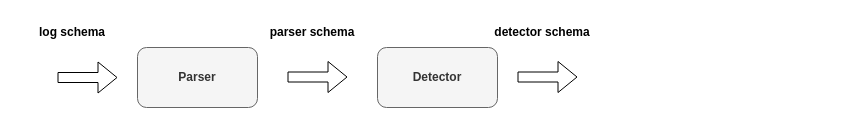
Earlier version of the draw.io diagram page "structure_diagram" (3 of 3) of docs/diagrams.drawio (ait-detectmate/DetectMateLibrary). Source tidied: cells renumbered, new cells numbered last; positions are measured from the earlier drawing's top-left corner, leaving out a move shared by most shapes. Both pictures are drawn from the tidied source at 100%, with x=0, y=0 at pixel (17, 17).
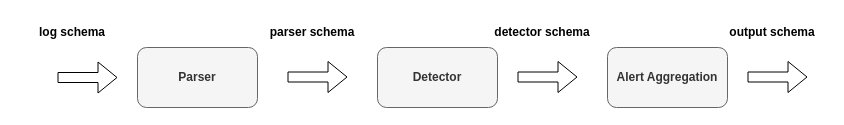
After the change.

Change to the diagram source:
```diff
@@
 <mxGraphModel>
   <root>
     <mxCell id="0" />
     <mxCell id="1" parent="0" />
     <mxCell id="2" value="&lt;b&gt;Parser&lt;/b&gt;" style="rounded=1;whiteSpace=wrap;html=1;fillColor=#f5f5f5;fontColor=#333333;strokeColor=#666666;" parent="1" vertex="1">
       <mxGeometry x="120" y="30" width="120" height="60" as="geometry" />
     </mxCell>
     <mxCell id="3" value="&lt;b&gt;Detector&lt;/b&gt;" style="rounded=1;whiteSpace=wrap;html=1;fillColor=#f5f5f5;fontColor=#333333;strokeColor=#666666;" parent="1" vertex="1">
       <mxGeometry x="360" y="30" width="120" height="60" as="geometry" />
     </mxCell>
     <mxCell id="4" style="shape=flexArrow;endArrow=classic;html=1;" parent="1" edge="1">
       <mxGeometry relative="1" as="geometry">
         <mxPoint x="40" y="60" as="sourcePoint" />
         <mxPoint x="100" y="60" as="targetPoint" />
       </mxGeometry>
     </mxCell>
     <mxCell id="5" style="shape=flexArrow;endArrow=classic;html=1;" parent="1" edge="1">
       <mxGeometry relative="1" as="geometry">
         <mxPoint x="270" y="59.5" as="sourcePoint" />
         <mxPoint x="330" y="59.5" as="targetPoint" />
       </mxGeometry>
     </mxCell>
     <mxCell id="6" style="shape=flexArrow;endArrow=classic;html=1;" parent="1" edge="1">
       <mxGeometry relative="1" as="geometry">
         <mxPoint x="500" y="59.5" as="sourcePoint" />
         <mxPoint x="560" y="59.5" as="targetPoint" />
       </mxGeometry>
     </mxCell>
     <mxCell id="7" value="&lt;b&gt;log schema&lt;/b&gt;" style="text;html=1;align=center;verticalAlign=middle;whiteSpace=wrap;rounded=0;" parent="1" vertex="1">
       <mxGeometry width="110" height="30" as="geometry" />
     </mxCell>
     <mxCell id="8" value="&lt;b&gt;parser schema&lt;/b&gt;" style="text;html=1;align=center;verticalAlign=middle;whiteSpace=wrap;rounded=0;" parent="1" vertex="1">
       <mxGeometry x="240" width="110" height="30" as="geometry" />
     </mxCell>
     <mxCell id="9" value="&lt;b&gt;detector schema&lt;/b&gt;" style="text;html=1;align=center;verticalAlign=middle;whiteSpace=wrap;rounded=0;" parent="1" vertex="1">
       <mxGeometry x="470" width="110" height="30" as="geometry" />
     </mxCell>
+    <mxCell id="10" value="&lt;b&gt;Alert Aggregation&lt;/b&gt;" style="rounded=1;whiteSpace=wrap;html=1;fillColor=#f5f5f5;fontColor=#333333;strokeColor=#666666;" parent="1" vertex="1">
+      <mxGeometry x="590" y="30" width="120" height="60" as="geometry" />
+    </mxCell>
+    <mxCell id="11" style="shape=flexArrow;endArrow=classic;html=1;" parent="1" edge="1">
+      <mxGeometry relative="1" as="geometry">
+        <mxPoint x="730" y="59.5" as="sourcePoint" />
+        <mxPoint x="790" y="59.5" as="targetPoint" />
+      </mxGeometry>
+    </mxCell>
+    <mxCell id="12" value="&lt;b&gt;output schema&lt;/b&gt;" style="text;html=1;align=center;verticalAlign=middle;whiteSpace=wrap;rounded=0;" parent="1" vertex="1">
+      <mxGeometry x="700" width="110" height="30" as="geometry" />
+    </mxCell>
   </root>
 </mxGraphModel>
```
